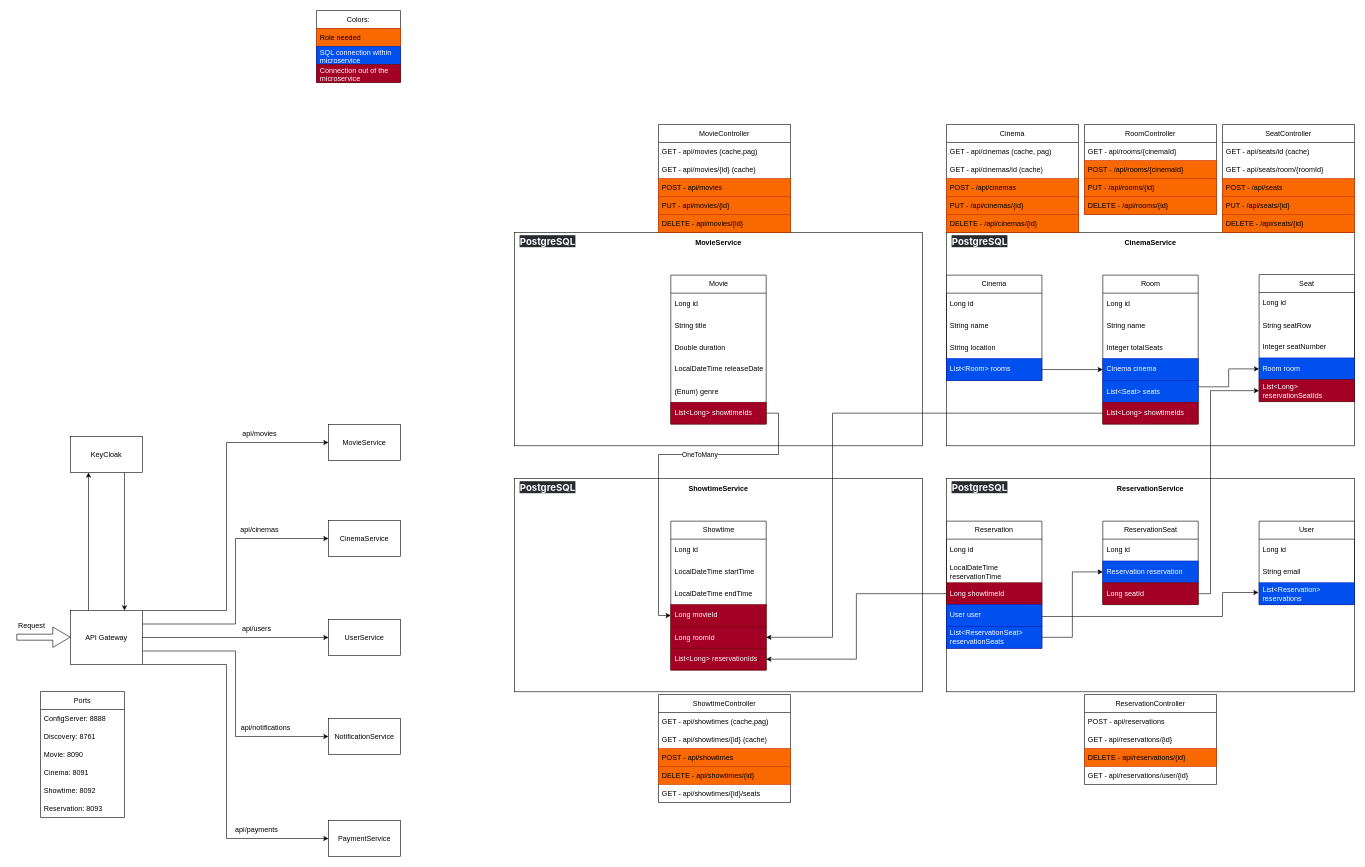
tpoda35/JAVA.PROJECT.MovieReservationSystem keeps this draw.io diagram as system.drawio. Above is the earlier version. Source tidied: cells renumbered, new cells numbered last; positions are measured from the earlier drawing's top-left corner, leaving out a move shared by most shapes. Both pictures are drawn from the tidied source at 60%, with x=0, y=0 at pixel (10, 10).
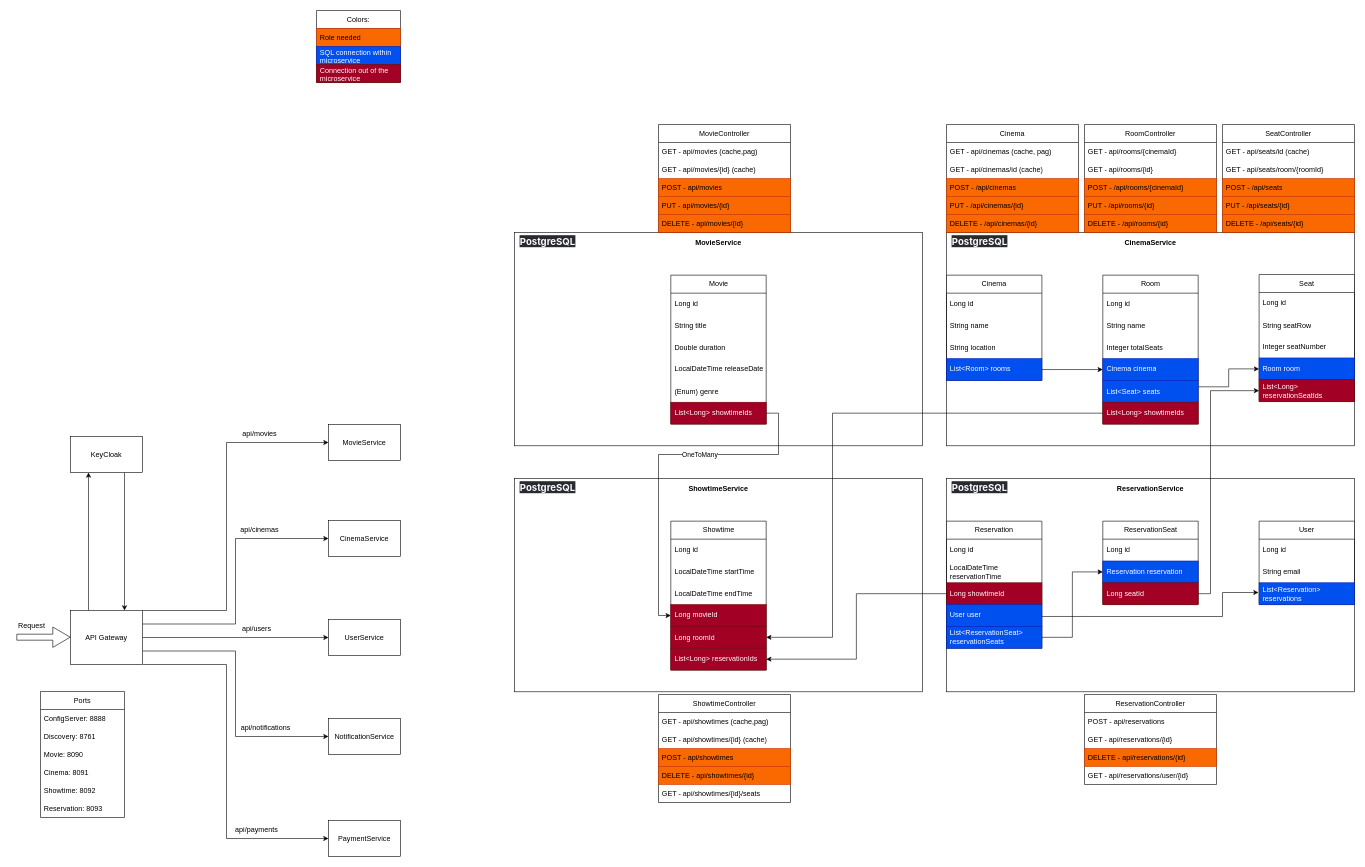
The same page after the edit.

Change to the diagram source:
```diff
@@
     <mxCell id="128" value="RoomController" style="swimlane;fontStyle=0;horizontal=1;startSize=30;whiteSpace=wrap;html=1;" parent="1" vertex="1">
-      <mxGeometry x="1790" y="190" width="220" height="150" as="geometry" />
+      <mxGeometry x="1790" y="190" width="220" height="180" as="geometry" />
     </mxCell>
@@
+    <mxCell id="139" value="GET - api/rooms/{id}" style="text;align=left;verticalAlign=middle;spacingLeft=4;spacingRight=4;overflow=hidden;whiteSpace=wrap;html=1;" parent="128" vertex="1">
+      <mxGeometry y="60" width="220" height="30" as="geometry" />
+    </mxCell>
     <mxCell id="130" value="POST - /api/rooms/{cinemaId}" style="text;strokeColor=#C73500;fillColor=#fa6800;align=left;verticalAlign=middle;spacingLeft=4;spacingRight=4;overflow=hidden;whiteSpace=wrap;html=1;fontColor=#000000;" parent="128" vertex="1">
-      <mxGeometry y="60" width="220" height="30" as="geometry" />
+      <mxGeometry y="90" width="220" height="30" as="geometry" />
     </mxCell>
     <mxCell id="131" value="PUT - /api/rooms/{id}" style="text;strokeColor=#C73500;fillColor=#fa6800;align=left;verticalAlign=middle;spacingLeft=4;spacingRight=4;overflow=hidden;whiteSpace=wrap;html=1;fontColor=#000000;" parent="128" vertex="1">
-      <mxGeometry y="90" width="220" height="30" as="geometry" />
+      <mxGeometry y="120" width="220" height="30" as="geometry" />
     </mxCell>
     <mxCell id="132" value="DELETE - /api/rooms/{id}" style="text;strokeColor=#C73500;fillColor=#fa6800;align=left;verticalAlign=middle;spacingLeft=4;spacingRight=4;overflow=hidden;whiteSpace=wrap;html=1;fontColor=#000000;" parent="128" vertex="1">
-      <mxGeometry y="120" width="220" height="30" as="geometry" />
+      <mxGeometry y="150" width="220" height="30" as="geometry" />
     </mxCell>
```
